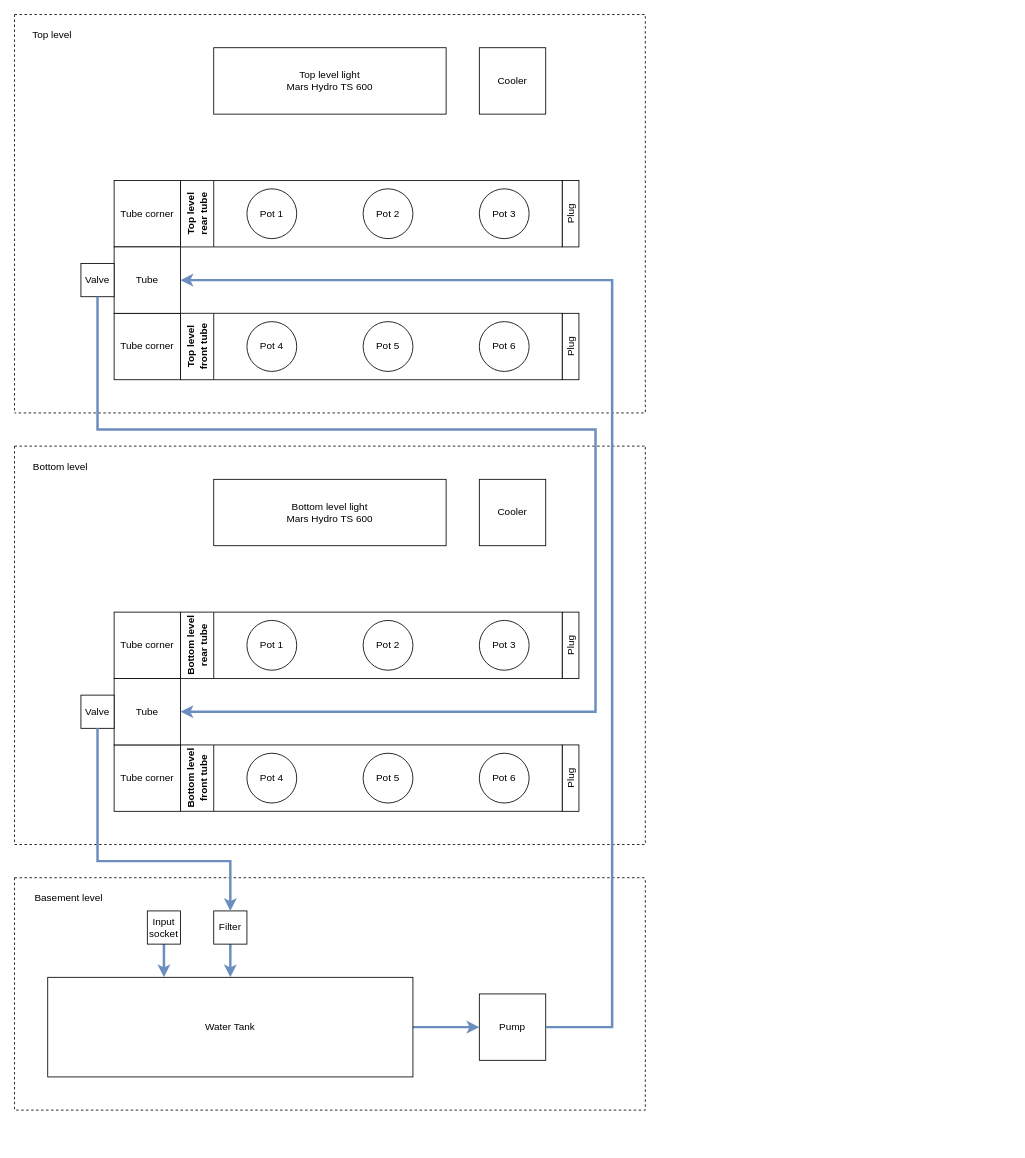
Earlier version of the draw.io diagram Growbox.drawio (ubzor/growbox). Source tidied: cells renumbered, new cells numbered last; positions are measured from the earlier drawing's top-left corner, leaving out a move shared by most shapes. Both pictures are drawn from the tidied source at 83%, with x=0, y=0 at pixel (14, 14).
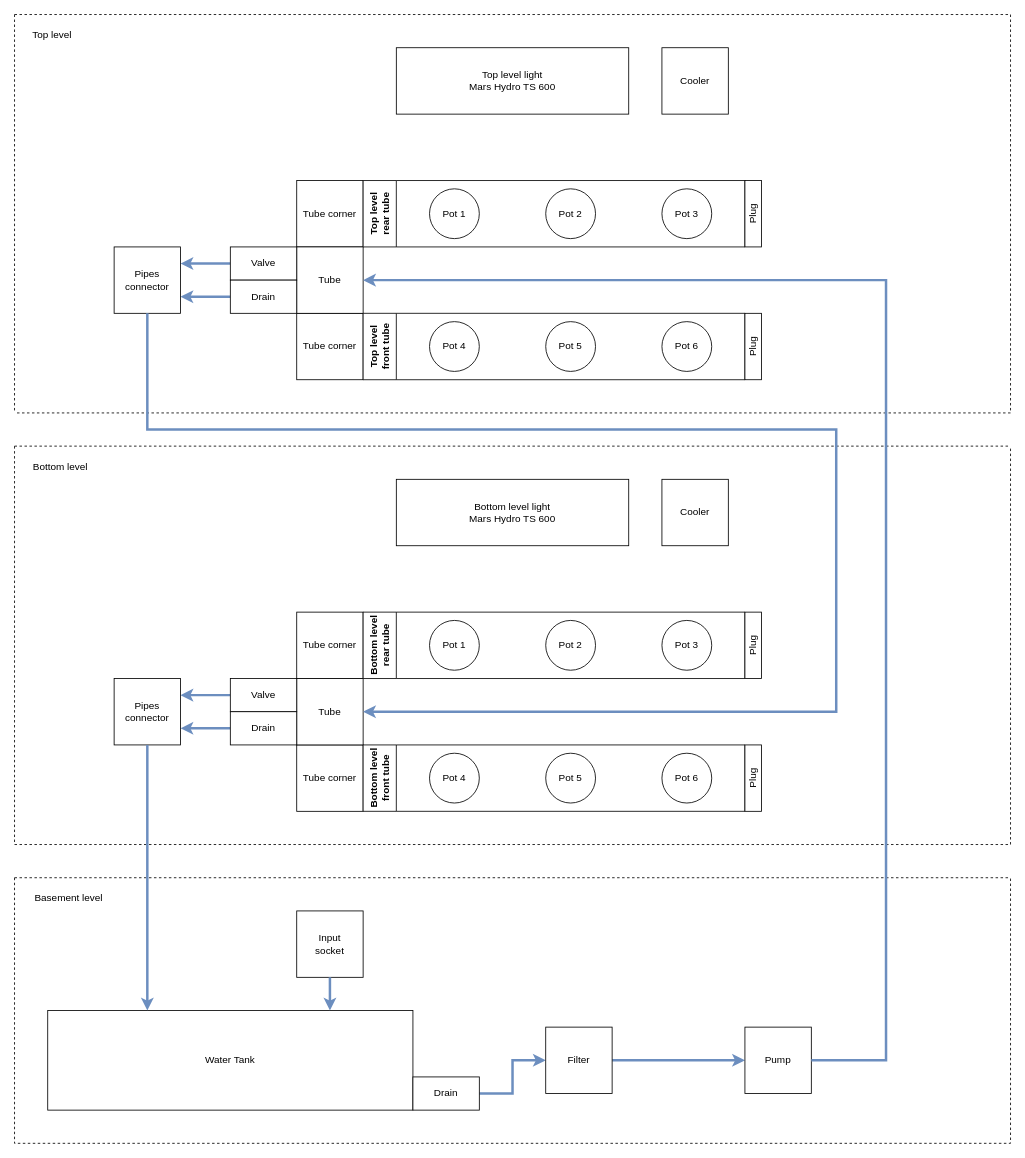
After the change.

Commit message:
Updated water scheme

The edit, as a diff of the source:
```diff
@@
     <mxCell id="2" style="swimlane;startSize=0;dashed=1;horizontal=0;" parent="1" vertex="1">
-      <mxGeometry width="760" height="480" as="geometry" />
+      <mxGeometry width="1200" height="480" as="geometry" />
     </mxCell>
     <mxCell id="3" value="&lt;div&gt;Top level light&lt;/div&gt;&lt;div&gt;Mars Hydro TS 600&lt;/div&gt;" style="rounded=0;whiteSpace=wrap;html=1;fillColor=default;" parent="2" vertex="1">
-      <mxGeometry x="240" y="40" width="280" height="80" as="geometry" />
+      <mxGeometry x="460" y="40" width="280" height="80" as="geometry" />
     </mxCell>
     <mxCell id="4" value="Tube corner" style="rounded=0;whiteSpace=wrap;html=1;" parent="2" vertex="1">
-      <mxGeometry x="120" y="200" width="80" height="80" as="geometry" />
+      <mxGeometry x="340" y="200" width="80" height="80" as="geometry" />
     </mxCell>
     <mxCell id="5" value="Tube corner" style="rounded=0;whiteSpace=wrap;html=1;" parent="2" vertex="1">
-      <mxGeometry x="120" y="360" width="80" height="80" as="geometry" />
+      <mxGeometry x="340" y="360" width="80" height="80" as="geometry" />
     </mxCell>
     <mxCell id="6" value="Tube" style="rounded=0;whiteSpace=wrap;html=1;" parent="2" vertex="1">
-      <mxGeometry x="120" y="280" width="80" height="80" as="geometry" />
+      <mxGeometry x="340" y="280" width="80" height="80" as="geometry" />
     </mxCell>
     <mxCell id="7" value="&lt;div&gt;Top level&lt;/div&gt;&lt;div&gt;rear tube&lt;/div&gt;" style="swimlane;horizontal=0;whiteSpace=wrap;html=1;startSize=40;direction=east;" parent="2" vertex="1">
-      <mxGeometry x="200" y="200" width="460" height="80" as="geometry" />
+      <mxGeometry x="420" y="200" width="460" height="80" as="geometry" />
     </mxCell>
@@
     <mxCell id="11" value="Top level front tube" style="swimlane;horizontal=0;whiteSpace=wrap;html=1;startSize=40;" parent="2" vertex="1">
-      <mxGeometry x="200" y="360" width="460" height="80" as="geometry" />
+      <mxGeometry x="420" y="360" width="460" height="80" as="geometry" />
     </mxCell>
@@
+    <mxCell id="50" style="edgeStyle=orthogonalEdgeStyle;rounded=0;jettySize=auto;html=1;entryX=1;entryY=0.25;entryDx=0;entryDy=0;strokeWidth=3;fillColor=#dae8fc;strokeColor=#6c8ebf;" parent="2" edge="1" source="16" target="53">
+      <mxGeometry relative="1" as="geometry" />
+    </mxCell>
     <mxCell id="16" value="&lt;div&gt;Valve&lt;/div&gt;" style="rounded=0;whiteSpace=wrap;html=1;" parent="2" vertex="1">
-      <mxGeometry x="80" y="300" width="40" height="40" as="geometry" />
+      <mxGeometry x="260" y="280" width="80" height="40" as="geometry" />
     </mxCell>
     <mxCell id="17" value="Cooler" style="rounded=0;whiteSpace=wrap;html=1;" parent="2" vertex="1">
-      <mxGeometry x="560" y="40" width="80" height="80" as="geometry" />
+      <mxGeometry x="780" y="40" width="80" height="80" as="geometry" />
     </mxCell>
     <mxCell id="18" value="Plug" style="rounded=0;whiteSpace=wrap;html=1;direction=west;horizontal=0;" parent="2" vertex="1">
-      <mxGeometry x="660" y="200" width="20" height="80" as="geometry" />
+      <mxGeometry x="880" y="200" width="20" height="80" as="geometry" />
     </mxCell>
     <mxCell id="19" value="Plug" style="rounded=0;whiteSpace=wrap;html=1;direction=west;horizontal=0;" parent="2" vertex="1">
-      <mxGeometry x="660" y="360" width="20" height="80" as="geometry" />
+      <mxGeometry x="880" y="360" width="20" height="80" as="geometry" />
     </mxCell>
+    <mxCell id="51" style="edgeStyle=orthogonalEdgeStyle;rounded=0;jettySize=auto;html=1;entryX=1;entryY=0.75;entryDx=0;entryDy=0;strokeWidth=3;fillColor=#dae8fc;strokeColor=#6c8ebf;" parent="2" edge="1" source="52" target="53">
+      <mxGeometry relative="1" as="geometry" />
+    </mxCell>
+    <mxCell id="52" value="&lt;div&gt;Drain&lt;/div&gt;" style="rounded=0;whiteSpace=wrap;html=1;" parent="2" vertex="1">
+      <mxGeometry x="260" y="320" width="80" height="40" as="geometry" />
+    </mxCell>
+    <mxCell id="53" value="&lt;div&gt;Pipes&lt;/div&gt;&lt;div&gt;connector&lt;/div&gt;" style="rounded=0;whiteSpace=wrap;html=1;" parent="2" vertex="1">
+      <mxGeometry x="120" y="280" width="80" height="80" as="geometry" />
+    </mxCell>
     <mxCell id="20" style="swimlane;startSize=0;dashed=1;" parent="1" vertex="1">
-      <mxGeometry y="520" width="760" height="480" as="geometry" />
+      <mxGeometry y="520" width="1200" height="480" as="geometry" />
     </mxCell>
     <mxCell id="21" value="&lt;div&gt;Bottom level light&lt;/div&gt;&lt;div&gt;Mars Hydro TS 600&lt;/div&gt;" style="rounded=0;whiteSpace=wrap;html=1;fillColor=default;" parent="20" vertex="1">
-      <mxGeometry x="240" y="40" width="280" height="80" as="geometry" />
+      <mxGeometry x="460" y="40" width="280" height="80" as="geometry" />
     </mxCell>
     <mxCell id="22" value="Tube corner" style="rounded=0;whiteSpace=wrap;html=1;" parent="20" vertex="1">
-      <mxGeometry x="120" y="200" width="80" height="80" as="geometry" />
+      <mxGeometry x="340" y="200" width="80" height="80" as="geometry" />
     </mxCell>
     <mxCell id="23" value="Tube corner" style="rounded=0;whiteSpace=wrap;html=1;" parent="20" vertex="1">
-      <mxGeometry x="120" y="360" width="80" height="80" as="geometry" />
+      <mxGeometry x="340" y="360" width="80" height="80" as="geometry" />
     </mxCell>
     <mxCell id="24" value="Tube" style="rounded=0;whiteSpace=wrap;html=1;" parent="20" vertex="1">
-      <mxGeometry x="120" y="280" width="80" height="80" as="geometry" />
+      <mxGeometry x="340" y="280" width="80" height="80" as="geometry" />
     </mxCell>
     <mxCell id="25" value="&lt;div&gt;Bottom level&lt;/div&gt;&lt;div&gt;rear tube&lt;/div&gt;" style="swimlane;horizontal=0;whiteSpace=wrap;html=1;startSize=40;direction=east;" parent="20" vertex="1">
-      <mxGeometry x="200" y="200" width="460" height="80" as="geometry" />
+      <mxGeometry x="420" y="200" width="460" height="80" as="geometry" />
     </mxCell>
@@
     <mxCell id="29" value="Bottom level front tube" style="swimlane;horizontal=0;whiteSpace=wrap;html=1;startSize=40;" parent="20" vertex="1">
-      <mxGeometry x="200" y="360" width="460" height="80" as="geometry" />
+      <mxGeometry x="420" y="360" width="460" height="80" as="geometry" />
     </mxCell>
@@
+    <mxCell id="54" style="edgeStyle=orthogonalEdgeStyle;rounded=0;jettySize=auto;html=1;entryX=1;entryY=0.25;entryDx=0;entryDy=0;strokeWidth=3;fillColor=#dae8fc;strokeColor=#6c8ebf;" parent="20" edge="1" source="34" target="57">
+      <mxGeometry relative="1" as="geometry" />
+    </mxCell>
     <mxCell id="34" value="&lt;div&gt;Valve&lt;/div&gt;" style="rounded=0;whiteSpace=wrap;html=1;" parent="20" vertex="1">
-      <mxGeometry x="80" y="300" width="40" height="40" as="geometry" />
+      <mxGeometry x="260" y="280" width="80" height="40" as="geometry" />
     </mxCell>
     <mxCell id="35" value="&lt;div&gt;Cooler&lt;/div&gt;" style="rounded=0;whiteSpace=wrap;html=1;" parent="20" vertex="1">
-      <mxGeometry x="560" y="40" width="80" height="80" as="geometry" />
+      <mxGeometry x="780" y="40" width="80" height="80" as="geometry" />
     </mxCell>
     <mxCell id="36" value="Plug" style="rounded=0;whiteSpace=wrap;html=1;direction=west;horizontal=0;" parent="20" vertex="1">
-      <mxGeometry x="660" y="200" width="20" height="80" as="geometry" />
+      <mxGeometry x="880" y="200" width="20" height="80" as="geometry" />
     </mxCell>
     <mxCell id="37" value="Plug" style="rounded=0;whiteSpace=wrap;html=1;direction=west;horizontal=0;" parent="20" vertex="1">
-      <mxGeometry x="660" y="360" width="20" height="80" as="geometry" />
+      <mxGeometry x="880" y="360" width="20" height="80" as="geometry" />
     </mxCell>
-    <mxCell id="38" style="edgeStyle=orthogonalEdgeStyle;rounded=0;jettySize=auto;html=1;entryX=1;entryY=0.5;entryDx=0;entryDy=0;strokeWidth=3;fillColor=#dae8fc;strokeColor=#6c8ebf;" parent="1" edge="1" source="16" target="24">
-      <mxGeometry relative="1" as="geometry">
-        <Array as="points">
-          <mxPoint x="100" y="500" />
-          <mxPoint x="700" y="500" />
-          <mxPoint x="700" y="840" />
-        </Array>
-      </mxGeometry>
-    </mxCell>
+    <mxCell id="55" style="edgeStyle=orthogonalEdgeStyle;rounded=0;jettySize=auto;html=1;entryX=1;entryY=0.75;entryDx=0;entryDy=0;strokeWidth=3;fillColor=#dae8fc;strokeColor=#6c8ebf;" parent="20" edge="1" source="56" target="57">
+      <mxGeometry relative="1" as="geometry" />
+    </mxCell>
+    <mxCell id="56" value="&lt;div&gt;Drain&lt;/div&gt;" style="rounded=0;whiteSpace=wrap;html=1;" parent="20" vertex="1">
+      <mxGeometry x="260" y="320" width="80" height="40" as="geometry" />
+    </mxCell>
+    <mxCell id="57" value="&lt;div&gt;Pipes&lt;/div&gt;&lt;div&gt;connector&lt;/div&gt;" style="rounded=0;whiteSpace=wrap;html=1;" parent="20" vertex="1">
+      <mxGeometry x="120" y="280" width="80" height="80" as="geometry" />
+    </mxCell>
     <mxCell id="39" style="swimlane;startSize=0;dashed=1;" parent="1" vertex="1">
-      <mxGeometry y="1040" width="760" height="280" as="geometry" />
+      <mxGeometry y="1040" width="1200" height="320" as="geometry" />
     </mxCell>
@@
-    <mxCell id="41" style="edgeStyle=orthogonalEdgeStyle;rounded=0;jettySize=auto;html=1;entryX=0;entryY=0.5;entryDx=0;entryDy=0;strokeWidth=3;fillColor=#dae8fc;strokeColor=#6c8ebf;" parent="39" edge="1" source="42" target="45">
-      <mxGeometry relative="1" as="geometry" />
-    </mxCell>
+    <mxCell id="58" style="edgeStyle=orthogonalEdgeStyle;rounded=0;jettySize=auto;html=1;entryX=0;entryY=0.5;entryDx=0;entryDy=0;strokeWidth=3;fillColor=#dae8fc;strokeColor=#6c8ebf;exitX=1;exitY=0.5;exitDx=0;exitDy=0;" parent="39" edge="1" source="61" target="44">
+      <mxGeometry relative="1" as="geometry" />
+    </mxCell>
     <mxCell id="42" value="Water Tank" style="rounded=0;whiteSpace=wrap;html=1;" parent="39" vertex="1">
-      <mxGeometry x="40" y="120" width="440" height="120" as="geometry" />
+      <mxGeometry x="40" y="160" width="440" height="120" as="geometry" />
     </mxCell>
-    <mxCell id="43" style="edgeStyle=orthogonalEdgeStyle;rounded=0;jettySize=auto;html=1;entryX=0.5;entryY=0;entryDx=0;entryDy=0;strokeWidth=3;fillColor=#dae8fc;strokeColor=#6c8ebf;" parent="39" edge="1" source="44" target="42">
-      <mxGeometry relative="1" as="geometry" />
-    </mxCell>
+    <mxCell id="59" style="edgeStyle=orthogonalEdgeStyle;rounded=0;jettySize=auto;html=1;entryX=0;entryY=0.5;entryDx=0;entryDy=0;fillColor=#dae8fc;strokeColor=#6c8ebf;strokeWidth=3;" parent="39" edge="1" source="44" target="45">
+      <mxGeometry relative="1" as="geometry" />
+    </mxCell>
     <mxCell id="44" value="Filter" style="rounded=0;whiteSpace=wrap;html=1;" parent="39" vertex="1">
-      <mxGeometry x="240" y="40" width="40" height="40" as="geometry" />
+      <mxGeometry x="640" y="180" width="80" height="80" as="geometry" />
     </mxCell>
     <mxCell id="45" value="Pump" style="rounded=0;whiteSpace=wrap;html=1;" parent="39" vertex="1">
-      <mxGeometry x="560" y="140" width="80" height="80" as="geometry" />
+      <mxGeometry x="880" y="180" width="80" height="80" as="geometry" />
     </mxCell>
-    <mxCell id="46" style="edgeStyle=orthogonalEdgeStyle;rounded=0;jettySize=auto;html=1;fillColor=#dae8fc;strokeColor=#6c8ebf;strokeWidth=3;" parent="39" edge="1" source="47">
-      <mxGeometry relative="1" as="geometry">
-        <mxPoint x="180" y="120" as="targetPoint" />
-        <Array as="points">
-          <mxPoint x="180" y="120" />
-        </Array>
-      </mxGeometry>
-    </mxCell>
     <mxCell id="47" value="&lt;div&gt;Input&lt;/div&gt;&lt;div&gt;socket&lt;/div&gt;" style="rounded=0;whiteSpace=wrap;html=1;" parent="39" vertex="1">
-      <mxGeometry x="160" y="40" width="40" height="40" as="geometry" />
+      <mxGeometry x="340" y="40" width="80" height="80" as="geometry" />
     </mxCell>
+    <mxCell id="60" style="edgeStyle=orthogonalEdgeStyle;rounded=0;jettySize=auto;html=1;exitX=0.5;exitY=1;exitDx=0;exitDy=0;strokeWidth=3;fillColor=#dae8fc;strokeColor=#6c8ebf;" parent="39" edge="1" source="47">
+      <mxGeometry relative="1" as="geometry">
+        <mxPoint x="380" y="160" as="targetPoint" />
+      </mxGeometry>
+    </mxCell>
+    <mxCell id="61" value="&lt;div&gt;Drain&lt;/div&gt;" style="rounded=0;whiteSpace=wrap;html=1;" parent="39" vertex="1">
+      <mxGeometry x="480" y="240" width="80" height="40" as="geometry" />
+    </mxCell>
-    <mxCell id="48" style="edgeStyle=orthogonalEdgeStyle;rounded=0;jettySize=auto;html=1;entryX=0.5;entryY=0;entryDx=0;entryDy=0;strokeWidth=3;fillColor=#dae8fc;strokeColor=#6c8ebf;" parent="1" edge="1" source="34" target="44">
+    <mxCell id="48" style="edgeStyle=orthogonalEdgeStyle;rounded=0;jettySize=auto;html=1;strokeWidth=3;fillColor=#dae8fc;strokeColor=#6c8ebf;exitX=0.5;exitY=1;exitDx=0;exitDy=0;" parent="1" edge="1" source="57" target="42">
       <mxGeometry relative="1" as="geometry">
         <Array as="points">
-          <mxPoint x="100" y="1020" />
-          <mxPoint x="260" y="1020" />
+          <mxPoint x="160" y="1090" />
+          <mxPoint x="160" y="1090" />
         </Array>
       </mxGeometry>
     </mxCell>
-    <mxCell id="49" style="edgeStyle=orthogonalEdgeStyle;rounded=0;jettySize=auto;html=1;entryX=1;entryY=0.5;entryDx=0;entryDy=0;fillColor=#dae8fc;strokeColor=#6c8ebf;strokeWidth=3;" parent="1" edge="1" source="45" target="6">
+    <mxCell id="49" style="edgeStyle=orthogonalEdgeStyle;rounded=0;jettySize=auto;html=1;entryX=1;entryY=0.5;entryDx=0;entryDy=0;fillColor=#dae8fc;strokeColor=#6c8ebf;strokeWidth=3;exitX=1;exitY=0.5;exitDx=0;exitDy=0;" parent="1" edge="1" source="45" target="6">
       <mxGeometry relative="1" as="geometry">
         <Array as="points">
-          <mxPoint x="720" y="1220" />
-          <mxPoint x="720" y="320" />
+          <mxPoint x="1050" y="1260" />
+          <mxPoint x="1050" y="320" />
         </Array>
       </mxGeometry>
     </mxCell>
+    <mxCell id="38" style="edgeStyle=orthogonalEdgeStyle;rounded=0;jettySize=auto;html=1;entryX=1;entryY=0.5;entryDx=0;entryDy=0;strokeWidth=3;fillColor=#dae8fc;strokeColor=#6c8ebf;exitX=0.5;exitY=1;exitDx=0;exitDy=0;" parent="1" edge="1" source="53" target="24">
+      <mxGeometry relative="1" as="geometry">
+        <Array as="points">
+          <mxPoint x="160" y="500" />
+          <mxPoint x="990" y="500" />
+          <mxPoint x="990" y="840" />
+        </Array>
+      </mxGeometry>
+    </mxCell>
```
